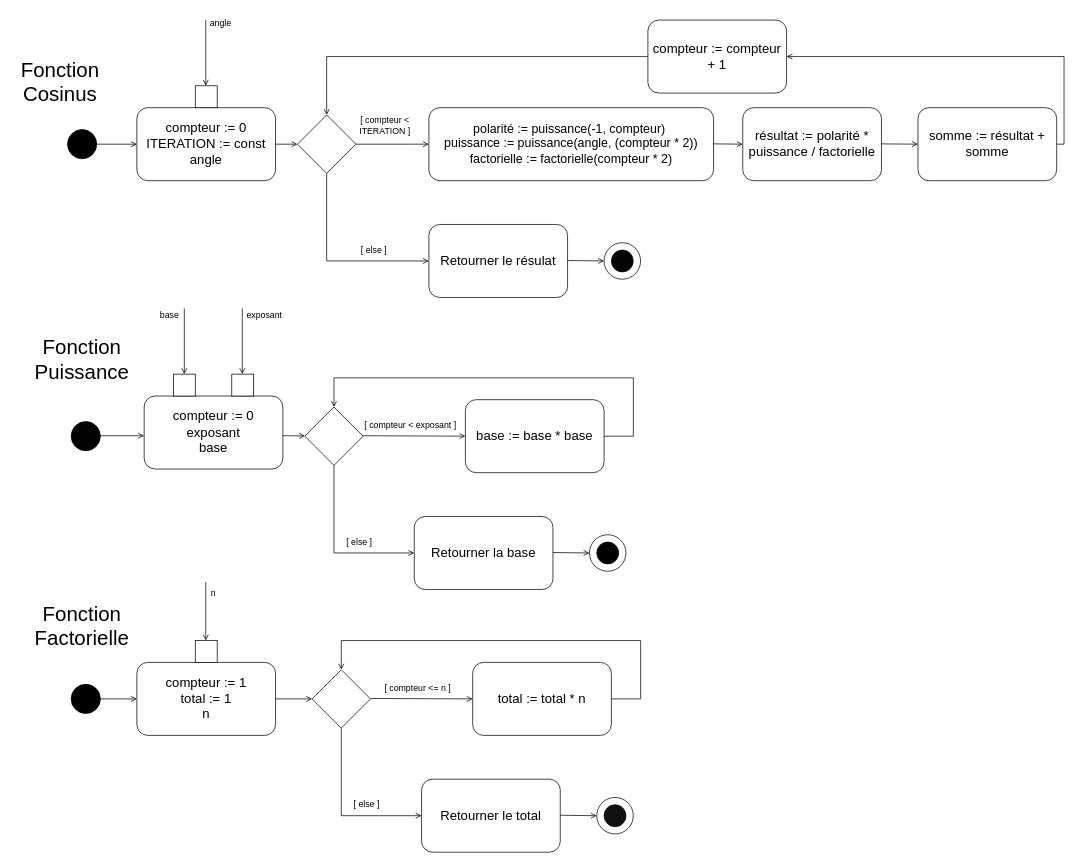
Earlier version of the draw.io diagram cosinusDiag.drawio (ProfReivax/APP2). Source tidied: cells renumbered, new cells numbered last; positions are measured from the earlier drawing's top-left corner, leaving out a move shared by most shapes. Both pictures are drawn from the tidied source at 73%, with x=0, y=0 at pixel (12, 12).
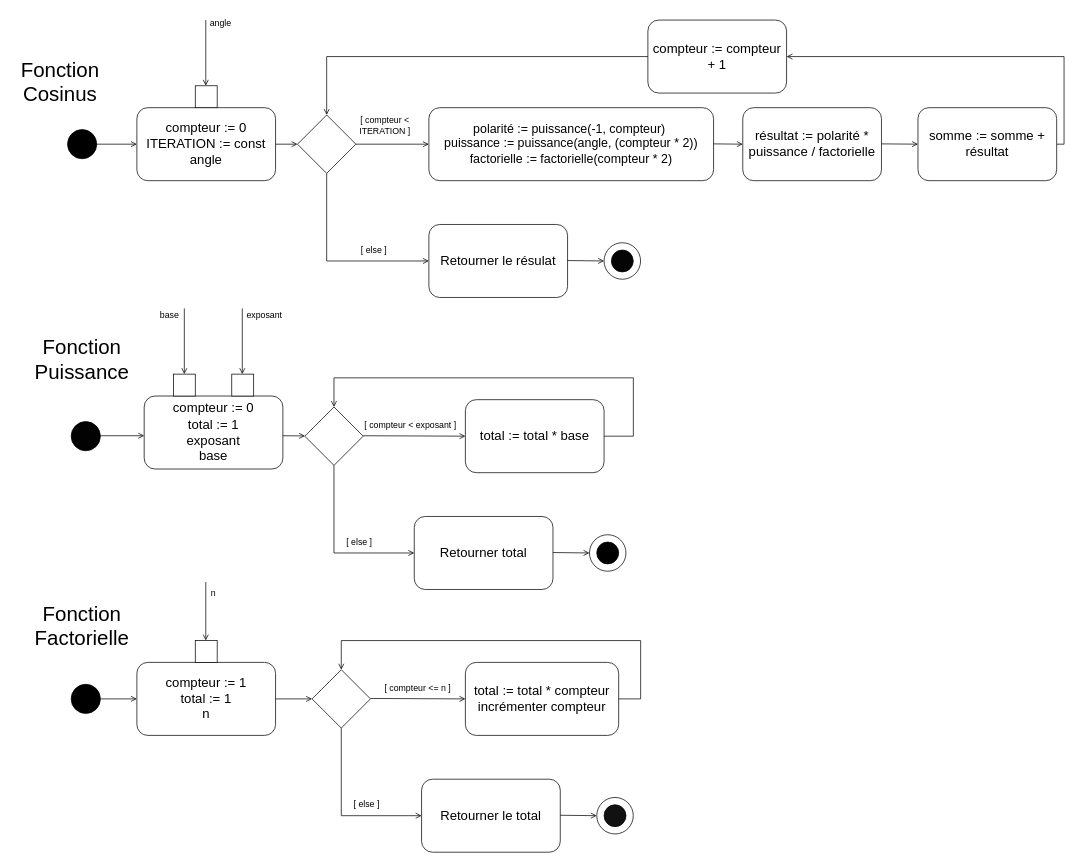
The same diagram, later.

Commit message (it also covers changes not shown here):
Modification des diagrammes

What changed in the source:
```diff
@@
-    <mxCell id="8" value="&lt;span style=&quot;font-size: 18px;&quot;&gt;somme := résultat + somme&lt;/span&gt;" style="rounded=1;whiteSpace=wrap;html=1;" parent="1" vertex="1">
+    <mxCell id="8" value="&lt;span style=&quot;font-size: 18px;&quot;&gt;somme := somme + résultat&lt;/span&gt;" style="rounded=1;whiteSpace=wrap;html=1;" parent="1" vertex="1">
       <mxGeometry x="1240" y="130" width="190" height="100" as="geometry" />
     </mxCell>
@@
-    <mxCell id="25" value="&lt;font style=&quot;font-size: 18px;&quot;&gt;compteur := 0&lt;/font&gt;&lt;div&gt;&lt;font style=&quot;font-size: 18px;&quot;&gt;exposant&lt;/font&gt;&lt;/div&gt;&lt;div&gt;&lt;font style=&quot;font-size: 18px;&quot;&gt;base&lt;/font&gt;&lt;/div&gt;" style="rounded=1;whiteSpace=wrap;html=1;" parent="1" vertex="1">
+    <mxCell id="25" value="&lt;font style=&quot;font-size: 18px;&quot;&gt;compteur := 0&lt;/font&gt;&lt;div&gt;&lt;span style=&quot;font-size: 18px;&quot;&gt;total := 1&lt;br&gt;&lt;/span&gt;&lt;div&gt;&lt;font style=&quot;font-size: 18px;&quot;&gt;exposant&lt;/font&gt;&lt;/div&gt;&lt;div&gt;&lt;font style=&quot;font-size: 18px;&quot;&gt;base&lt;/font&gt;&lt;/div&gt;&lt;/div&gt;" style="rounded=1;whiteSpace=wrap;html=1;" parent="1" vertex="1">
       <mxGeometry x="180" y="525" width="190" height="100" as="geometry" />
     </mxCell>
@@
-    <mxCell id="28" value="&lt;span style=&quot;font-size: 18px;&quot;&gt;base := base * base&lt;/span&gt;" style="rounded=1;whiteSpace=wrap;html=1;" parent="1" vertex="1">
+    <mxCell id="28" value="&lt;span style=&quot;font-size: 18px;&quot;&gt;total := total * base&lt;/span&gt;" style="rounded=1;whiteSpace=wrap;html=1;" parent="1" vertex="1">
       <mxGeometry x="620" y="530" width="190" height="100" as="geometry" />
     </mxCell>
@@
-    <mxCell id="31" value="&lt;span style=&quot;font-size: 18px;&quot;&gt;Retourner la base&lt;/span&gt;" style="rounded=1;whiteSpace=wrap;html=1;" parent="1" vertex="1">
+    <mxCell id="31" value="&lt;span style=&quot;font-size: 18px;&quot;&gt;Retourner total&lt;/span&gt;" style="rounded=1;whiteSpace=wrap;html=1;" parent="1" vertex="1">
       <mxGeometry x="550" y="690" width="190" height="100" as="geometry" />
     </mxCell>
@@
-    <mxCell id="43" value="&lt;span style=&quot;font-size: 18px;&quot;&gt;total := total * n&lt;/span&gt;" style="rounded=1;whiteSpace=wrap;html=1;" parent="1" vertex="1">
-      <mxGeometry x="630" y="889.9" width="190" height="100" as="geometry" />
+    <mxCell id="43" value="&lt;span style=&quot;font-size: 18px;&quot;&gt;total := total * compteur&lt;/span&gt;&lt;div&gt;&lt;span style=&quot;font-size: 18px;&quot;&gt;incrémenter compteur&lt;/span&gt;&lt;/div&gt;" style="rounded=1;whiteSpace=wrap;html=1;" parent="1" vertex="1">
+      <mxGeometry x="620" y="889.9" width="210" height="100" as="geometry" />
     </mxCell>
```
